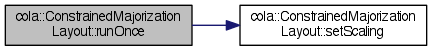
This is documentation/classcola_1_1ConstrainedMajorizationLayout_a1ce82962e02ca45c5496938192c9e2ab_cgraph.png from mjwybrow/adaptagrams, a Graphviz export, as it was before one commit. Its source is kept beside it as documentation/classcola_1_1ConstrainedMajorizationLayout_a1ce82962e02ca45c5496938192c9e2ab_cgraph.dot. Its diagram source:
```dot
digraph "cola::ConstrainedMajorizationLayout::runOnce"
{
  edge [fontname="Helvetica",fontsize="10",labelfontname="Helvetica",labelfontsize="10"];
  node [fontname="Helvetica",fontsize="10",shape=record];
  rankdir="LR";
  Node1 [label="cola::ConstrainedMajorization\lLayout::runOnce",height=0.2,width=0.4,color="black", fillcolor="grey75", style="filled" fontcolor="black"];
  Node1 -> Node2 [color="midnightblue",fontsize="10",style="solid",fontname="Helvetica"];
  Node2 [label="cola::ConstrainedMajorization\lLayout::setScaling",height=0.2,width=0.4,color="black", fillcolor="white", style="filled",URL="$classcola_1_1ConstrainedMajorizationLayout.html#aba9584230e6e831ab7b3630677eaa9b5"];
}
```
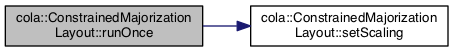
The same file after the commit.

Diff of the diagram source:
```diff
@@ -3,7 +3,7 @@
   edge [fontname="Helvetica",fontsize="10",labelfontname="Helvetica",labelfontsize="10"];
   node [fontname="Helvetica",fontsize="10",shape=record];
   rankdir="LR";
-  Node1 [label="cola::ConstrainedMajorization\lLayout::runOnce",height=0.2,width=0.4,color="black", fillcolor="grey75", style="filled" fontcolor="black"];
+  Node1 [label="cola::ConstrainedMajorization\lLayout::runOnce",height=0.2,width=0.4,color="black", fillcolor="grey75", style="filled", fontcolor="black"];
   Node1 -> Node2 [color="midnightblue",fontsize="10",style="solid",fontname="Helvetica"];
   Node2 [label="cola::ConstrainedMajorization\lLayout::setScaling",height=0.2,width=0.4,color="black", fillcolor="white", style="filled",URL="$classcola_1_1ConstrainedMajorizationLayout.html#aba9584230e6e831ab7b3630677eaa9b5"];
 }
```
